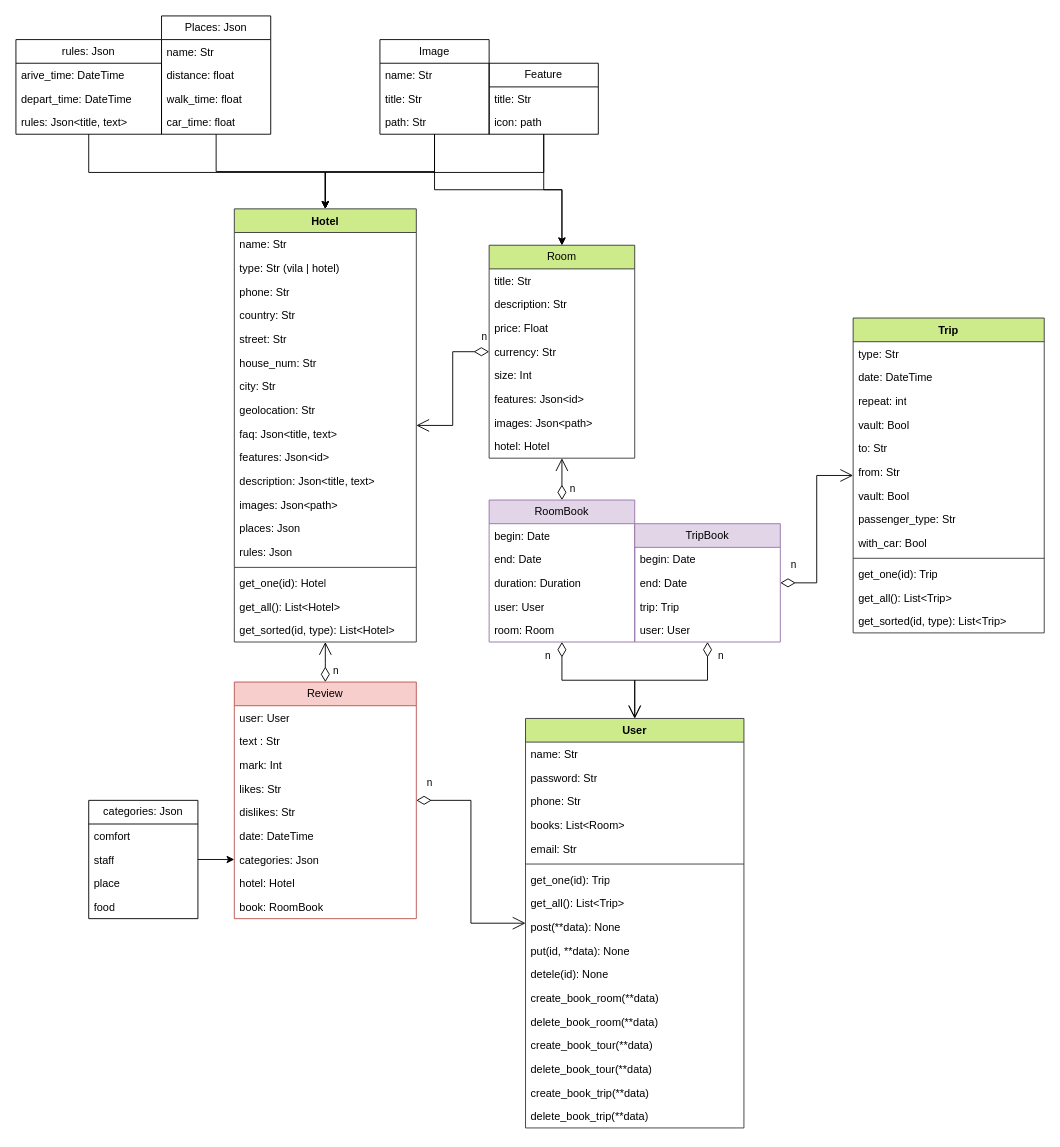
The draw.io diagram diagrams/Classes.drawio in ECode-Team/AliBaba, before the edit. Source tidied: cells renumbered, new cells numbered last; positions are measured from the earlier drawing's top-left corner, leaving out a move shared by most shapes. Both pictures are drawn from the tidied source at 91%, with x=0, y=0 at pixel (15, 15).
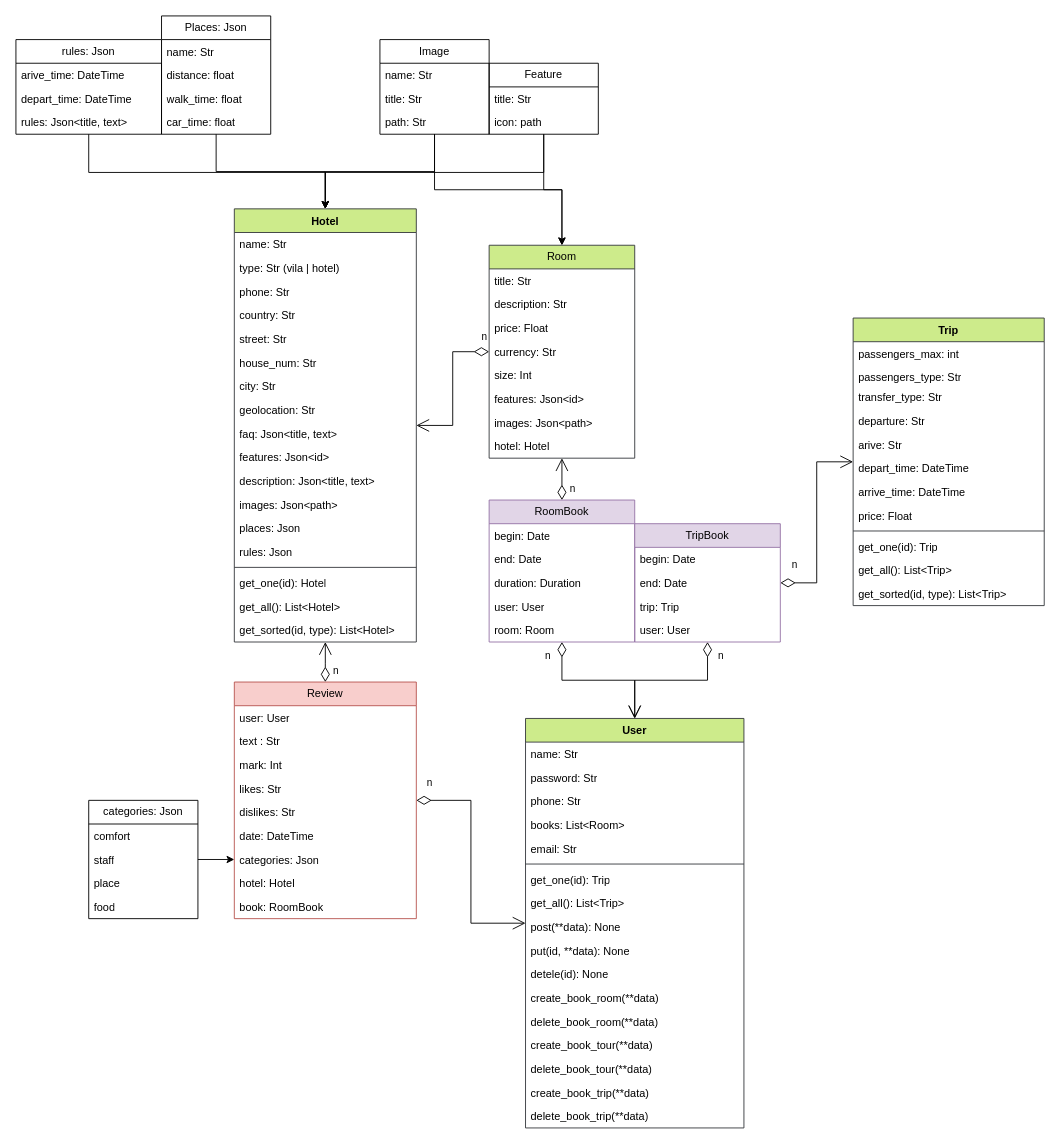
After the change.

What changed in the source:
```diff
@@
     <mxCell id="69" value="Trip" style="swimlane;fontStyle=1;align=center;verticalAlign=top;horizontal=1;startSize=26;whiteSpace=wrap;html=1;fillColor=#cdeb8b;strokeColor=#36393d;" parent="1" vertex="1">
-      <mxGeometry x="920" y="332" width="210" height="346" as="geometry" />
+      <mxGeometry x="920" y="332" width="210" height="316" as="geometry" />
     </mxCell>
-    <mxCell id="70" value="type: Str" style="text;strokeColor=none;fillColor=none;align=left;verticalAlign=top;spacingLeft=4;spacingRight=4;overflow=hidden;whiteSpace=wrap;html=1;" parent="69" vertex="1">
-      <mxGeometry y="26" width="210" height="26" as="geometry" />
-    </mxCell>
-    <mxCell id="71" value="date: DateTime" style="text;strokeColor=none;fillColor=none;align=left;verticalAlign=top;spacingLeft=4;spacingRight=4;overflow=hidden;whiteSpace=wrap;html=1;" parent="69" vertex="1">
-      <mxGeometry y="52" width="210" height="26" as="geometry" />
-    </mxCell>
-    <mxCell id="72" value="repeat: int" style="text;strokeColor=none;fillColor=none;align=left;verticalAlign=top;spacingLeft=4;spacingRight=4;overflow=hidden;whiteSpace=wrap;html=1;" parent="69" vertex="1">
-      <mxGeometry y="78" width="210" height="26" as="geometry" />
-    </mxCell>
-    <mxCell id="73" value="vault: Bool" style="text;strokeColor=none;fillColor=none;align=left;verticalAlign=top;spacingLeft=4;spacingRight=4;overflow=hidden;whiteSpace=wrap;html=1;" parent="69" vertex="1">
-      <mxGeometry y="104" width="210" height="26" as="geometry" />
-    </mxCell>
-    <mxCell id="74" value="to: Str" style="text;strokeColor=none;fillColor=none;align=left;verticalAlign=top;spacingLeft=4;spacingRight=4;overflow=hidden;whiteSpace=wrap;html=1;" parent="69" vertex="1">
-      <mxGeometry y="130" width="210" height="26" as="geometry" />
-    </mxCell>
-    <mxCell id="75" value="from: Str" style="text;strokeColor=none;fillColor=none;align=left;verticalAlign=top;spacingLeft=4;spacingRight=4;overflow=hidden;whiteSpace=wrap;html=1;" parent="69" vertex="1">
-      <mxGeometry y="156" width="210" height="26" as="geometry" />
-    </mxCell>
-    <mxCell id="76" value="vault: Bool" style="text;strokeColor=none;fillColor=none;align=left;verticalAlign=top;spacingLeft=4;spacingRight=4;overflow=hidden;whiteSpace=wrap;html=1;" parent="69" vertex="1">
-      <mxGeometry y="182" width="210" height="26" as="geometry" />
-    </mxCell>
+    <mxCell id="118" value="passengers_max: int" style="text;strokeColor=none;fillColor=none;align=left;verticalAlign=top;spacingLeft=4;spacingRight=4;overflow=hidden;whiteSpace=wrap;html=1;" parent="69" vertex="1">
+      <mxGeometry y="26" width="210" height="26" as="geometry" />
+    </mxCell>
+    <mxCell id="119" value="passengers_type: Str" style="text;strokeColor=none;fillColor=none;align=left;verticalAlign=top;spacingLeft=4;spacingRight=4;overflow=hidden;whiteSpace=wrap;html=1;" parent="69" vertex="1">
+      <mxGeometry y="52" width="210" height="22" as="geometry" />
+    </mxCell>
+    <mxCell id="120" value="transfer_type: Str" style="text;strokeColor=none;fillColor=none;align=left;verticalAlign=top;spacingLeft=4;spacingRight=4;overflow=hidden;whiteSpace=wrap;html=1;" parent="69" vertex="1">
+      <mxGeometry y="74" width="210" height="26" as="geometry" />
+    </mxCell>
+    <mxCell id="121" value="departure: Str" style="text;strokeColor=none;fillColor=none;align=left;verticalAlign=top;spacingLeft=4;spacingRight=4;overflow=hidden;whiteSpace=wrap;html=1;" parent="69" vertex="1">
+      <mxGeometry y="100" width="210" height="26" as="geometry" />
+    </mxCell>
+    <mxCell id="122" value="arive: Str" style="text;strokeColor=none;fillColor=none;align=left;verticalAlign=top;spacingLeft=4;spacingRight=4;overflow=hidden;whiteSpace=wrap;html=1;" parent="69" vertex="1">
+      <mxGeometry y="126" width="210" height="26" as="geometry" />
+    </mxCell>
-    <mxCell id="77" value="passenger_type: Str" style="text;strokeColor=none;fillColor=none;align=left;verticalAlign=top;spacingLeft=4;spacingRight=4;overflow=hidden;whiteSpace=wrap;html=1;" parent="69" vertex="1">
-      <mxGeometry y="208" width="210" height="26" as="geometry" />
+    <mxCell id="77" value="depart_time: DateTime" style="text;strokeColor=none;fillColor=none;align=left;verticalAlign=top;spacingLeft=4;spacingRight=4;overflow=hidden;whiteSpace=wrap;html=1;" parent="69" vertex="1">
+      <mxGeometry y="152" width="210" height="26" as="geometry" />
     </mxCell>
-    <mxCell id="78" value="with_car: Bool" style="text;strokeColor=none;fillColor=none;align=left;verticalAlign=top;spacingLeft=4;spacingRight=4;overflow=hidden;whiteSpace=wrap;html=1;" parent="69" vertex="1">
-      <mxGeometry y="234" width="210" height="26" as="geometry" />
-    </mxCell>
+    <mxCell id="123" value="arrive_time: DateTime" style="text;strokeColor=none;fillColor=none;align=left;verticalAlign=top;spacingLeft=4;spacingRight=4;overflow=hidden;whiteSpace=wrap;html=1;" parent="69" vertex="1">
+      <mxGeometry y="178" width="210" height="26" as="geometry" />
+    </mxCell>
+    <mxCell id="124" value="price: Float" style="text;strokeColor=none;fillColor=none;align=left;verticalAlign=top;spacingLeft=4;spacingRight=4;overflow=hidden;whiteSpace=wrap;html=1;" parent="69" vertex="1">
+      <mxGeometry y="204" width="210" height="26" as="geometry" />
+    </mxCell>
     <mxCell id="79" style="line;strokeWidth=1;fillColor=none;align=left;verticalAlign=middle;spacingTop=-1;spacingLeft=3;spacingRight=3;labelPosition=right;strokeColor=inherit;" parent="69" vertex="1">
-      <mxGeometry y="260" width="210" height="8" as="geometry" />
+      <mxGeometry y="230" width="210" height="8" as="geometry" />
     </mxCell>
     <mxCell id="80" value="get_one(id): Trip" style="text;strokeColor=none;fillColor=none;align=left;verticalAlign=top;spacingLeft=4;spacingRight=4;overflow=hidden;whiteSpace=wrap;html=1;" parent="69" vertex="1">
-      <mxGeometry y="268" width="210" height="26" as="geometry" />
+      <mxGeometry y="238" width="210" height="26" as="geometry" />
     </mxCell>
     <mxCell id="81" value="get_all(): List&amp;lt;Trip&amp;gt;" style="text;strokeColor=none;fillColor=none;align=left;verticalAlign=top;spacingLeft=4;spacingRight=4;overflow=hidden;whiteSpace=wrap;html=1;" parent="69" vertex="1">
-      <mxGeometry y="294" width="210" height="26" as="geometry" />
+      <mxGeometry y="264" width="210" height="26" as="geometry" />
     </mxCell>
     <mxCell id="82" value="get_sorted(id, type): List&amp;lt;Trip&amp;gt;" style="text;strokeColor=none;fillColor=none;align=left;verticalAlign=top;spacingLeft=4;spacingRight=4;overflow=hidden;whiteSpace=wrap;html=1;" parent="69" vertex="1">
-      <mxGeometry y="320" width="210" height="26" as="geometry" />
+      <mxGeometry y="290" width="210" height="26" as="geometry" />
     </mxCell>
```
